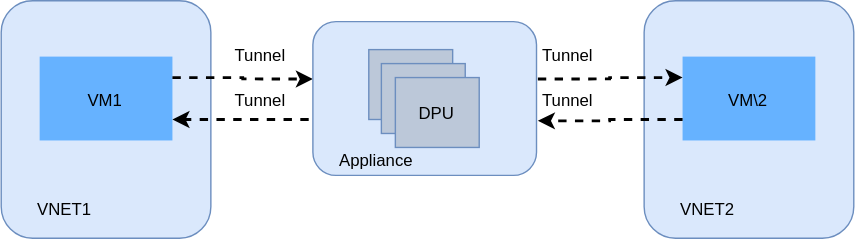
sonic-net/DASH keeps this draw.io diagram as documentation/vnet2vnet-service/design/images/vnet-to-vnet-one-dpu.svg. Above is the earlier version. Source tidied: cells renumbered, new cells last; positions are measured from the earlier drawing's top-left corner, leaving out a move shared by most shapes.
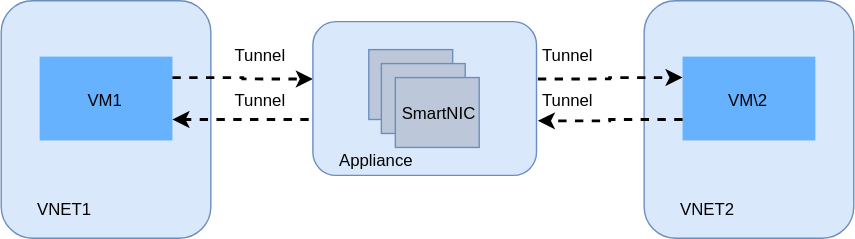
Above is the later version.

What changed in the source:
```diff
@@ -82,8 +82,8 @@
     <mxCell id="27" style="rounded=0;whiteSpace=wrap;html=1;fillColor=#BCC8D9;strokeColor=#6c8ebf;fontStyle=0;" parent="22" vertex="1">
       <mxGeometry x="59" y="40" width="60" height="50" as="geometry" />
     </mxCell>
-    <mxCell id="28" value="DPU" style="text;whiteSpace=wrap;html=1;fontSize=12;" parent="22" vertex="1">
-      <mxGeometry x="74" y="52" width="30" height="30" as="geometry" />
+    <mxCell id="28" value="SmartNIC" style="text;whiteSpace=wrap;html=1;fontSize=12;" parent="22" vertex="1">
+      <mxGeometry x="62" y="52" width="30" height="30" as="geometry" />
     </mxCell>
   </root>
 </mxGraphModel>
```
